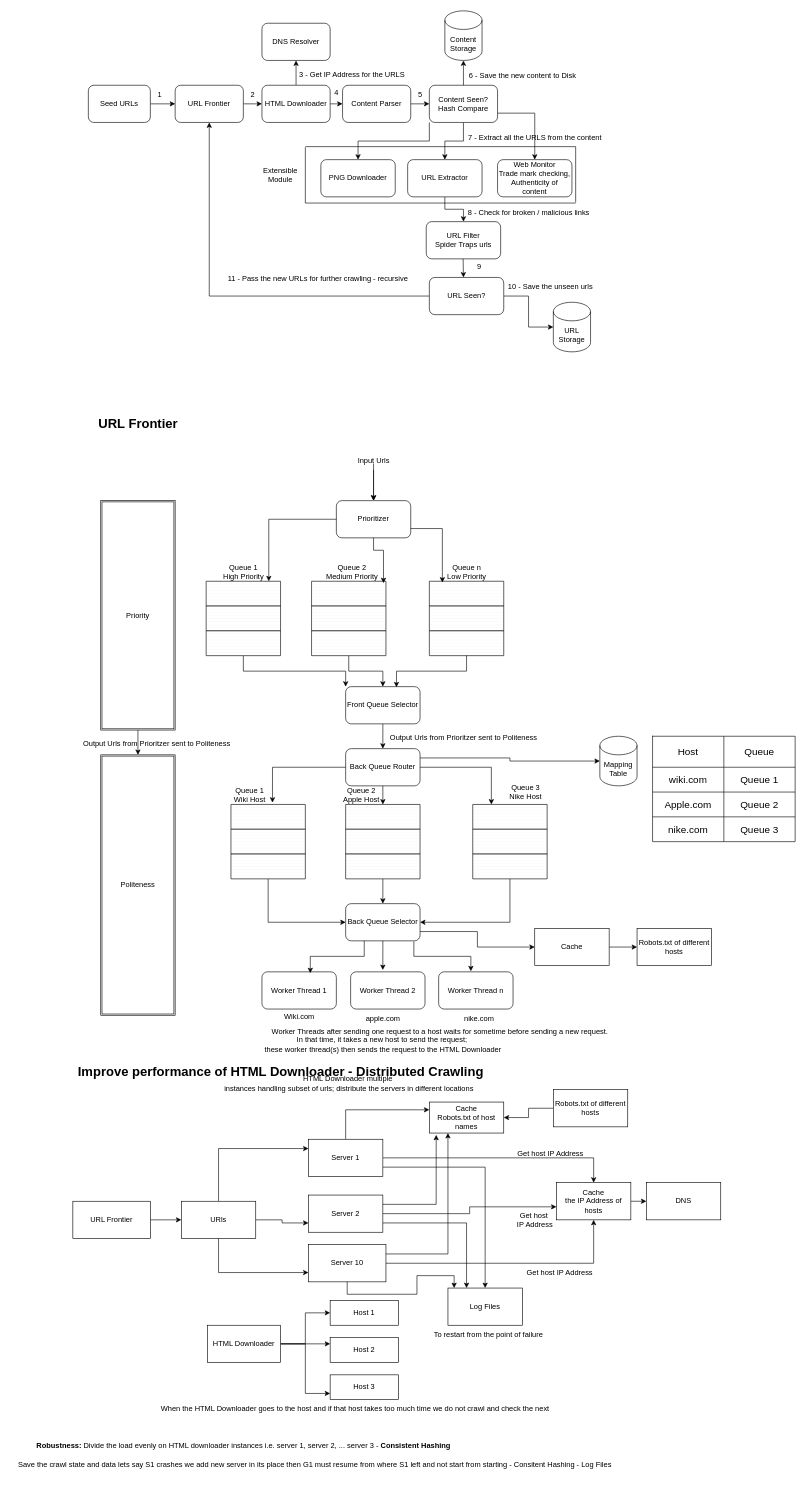
This is Web_Crawler_Detailed.drawio from tarjaneed/system-design, a draw.io file, before an edit. Source tidied: cells renumbered, new cells numbered last; positions are measured from the earlier drawing's top-left corner, leaving out a move shared by most shapes. Both pictures are drawn from the tidied source at 62%, with x=0, y=0 at pixel (11, 11).
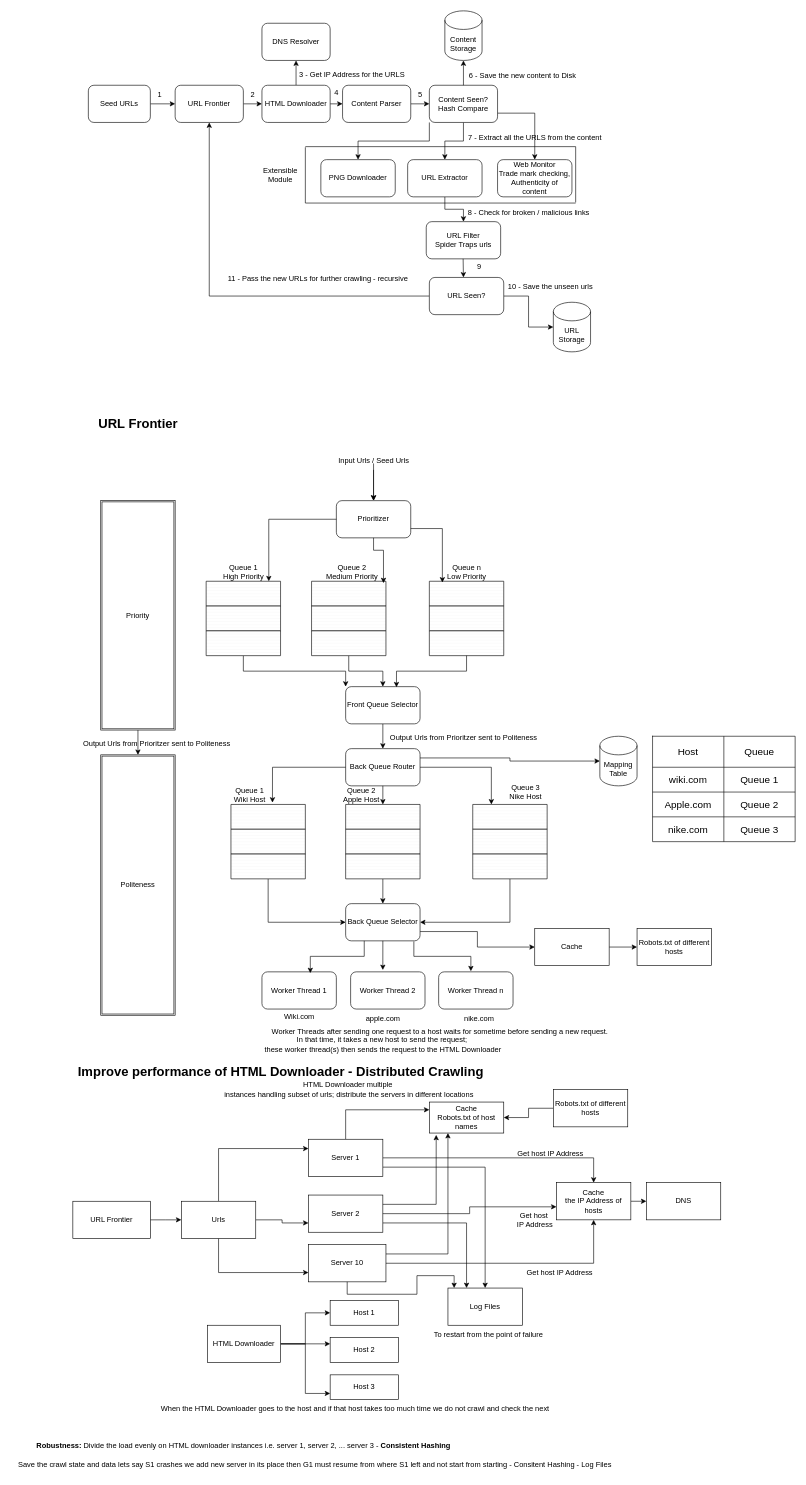
The same diagram, later.

What changed in the source:
```diff
@@
-    <mxCell id="40" value="Input Urls" style="text;html=1;align=center;verticalAlign=middle;points=[];strokeColor=none;fillColor=none;" parent="1" vertex="1">
-      <mxGeometry x="550" y="710" width="70" height="30" as="geometry" />
+    <mxCell id="40" value="Input Urls / Seed Urls" style="text;html=1;align=center;verticalAlign=middle;points=[];strokeColor=none;fillColor=none;" parent="1" vertex="1">
+      <mxGeometry x="515" y="710" width="140" height="30" as="geometry" />
     </mxCell>
@@
-    <mxCell id="131" value="URls" style="rounded=0;whiteSpace=wrap;html=1;" parent="1" vertex="1">
+    <mxCell id="131" value="Urls" style="rounded=0;whiteSpace=wrap;html=1;" parent="1" vertex="1">
       <mxGeometry x="275" y="1920" width="120" height="60" as="geometry" />
     </mxCell>
     <mxCell id="132" value="HTML Downloader multiple&amp;nbsp;&lt;div&gt;instances handling subset of urls; distribute the servers in different locations&lt;/div&gt;" style="text;html=1;align=center;verticalAlign=middle;strokeColor=none;fillColor=none;" parent="1" vertex="1">
-      <mxGeometry x="330" y="1710" width="430" height="40" as="geometry" />
+      <mxGeometry x="330" y="1720" width="430" height="40" as="geometry" />
     </mxCell>
```
